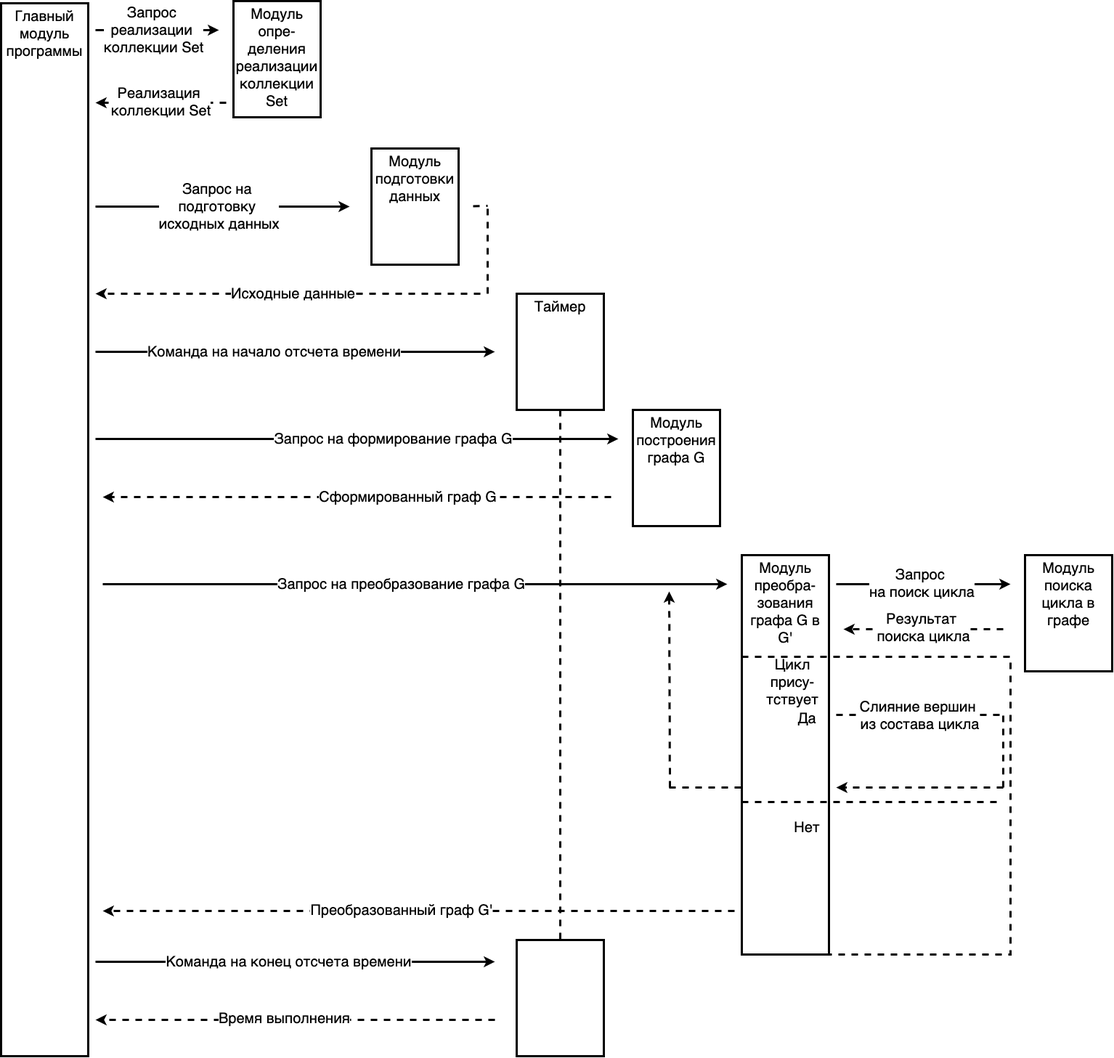
Before: images/application_lifecircle.png, a diagram exported from draw.io (Dambr/yewking). Source tidied: cells renumbered, new cells last; positions are measured from the earlier drawing's top-left corner, leaving out a move shared by most shapes. Source of this version:
```xml
<mxGraphModel>
  <root>
    <mxCell id="0" />
    <mxCell id="1" parent="0" />
    <mxCell id="2" value="Главный модуль программы" style="rounded=0;whiteSpace=wrap;html=1;verticalAlign=top;align=center;labelPosition=center;verticalLabelPosition=middle;fontSize=20;strokeWidth=3;" parent="1" vertex="1">
      <mxGeometry y="3" width="120" height="1450" as="geometry" />
    </mxCell>
    <mxCell id="3" value="Модуль подготовки данных" style="rounded=0;whiteSpace=wrap;html=1;verticalAlign=top;align=center;labelPosition=center;verticalLabelPosition=middle;fontSize=20;strokeWidth=3;" parent="1" vertex="1">
      <mxGeometry x="510" y="203" width="120" height="160" as="geometry" />
    </mxCell>
    <mxCell id="4" style="endArrow=classic;html=1;rounded=0;strokeWidth=3;" parent="1" edge="1">
      <mxGeometry relative="1" as="geometry">
        <mxPoint x="130" y="283" as="sourcePoint" />
        <mxPoint x="480" y="283" as="targetPoint" />
      </mxGeometry>
    </mxCell>
    <mxCell id="5" value="Запрос на&amp;nbsp;&lt;div&gt;подготовку&amp;nbsp;&lt;div style=&quot;font-size: 20px;&quot;&gt;исходных данных&lt;/div&gt;&lt;/div&gt;" style="edgeLabel;html=1;align=center;verticalAlign=middle;fontSize=20;" parent="4" vertex="1">
      <mxGeometry y="1" relative="1" as="geometry">
        <mxPoint x="-6" y="1" as="offset" />
      </mxGeometry>
    </mxCell>
    <mxCell id="6" style="endArrow=none;html=1;rounded=0;fontSize=20;strokeWidth=3;dashed=1;" parent="1" edge="1">
      <mxGeometry relative="1" as="geometry">
        <mxPoint x="650" y="282.5" as="sourcePoint" />
        <mxPoint x="670" y="282" as="targetPoint" />
      </mxGeometry>
    </mxCell>
    <mxCell id="7" style="endArrow=none;html=1;rounded=0;fontSize=20;strokeWidth=3;dashed=1;" parent="1" edge="1">
      <mxGeometry relative="1" as="geometry">
        <mxPoint x="670" y="403" as="sourcePoint" />
        <mxPoint x="670" y="283" as="targetPoint" />
      </mxGeometry>
    </mxCell>
    <mxCell id="8" style="endArrow=classic;html=1;rounded=0;fontSize=20;strokeWidth=3;dashed=1;" parent="1" edge="1">
      <mxGeometry relative="1" as="geometry">
        <mxPoint x="660" y="403" as="sourcePoint" />
        <mxPoint x="130" y="403" as="targetPoint" />
      </mxGeometry>
    </mxCell>
    <mxCell id="9" value="Исходные данные" style="edgeLabel;html=1;align=center;verticalAlign=middle;fontSize=20;" parent="8" vertex="1">
      <mxGeometry relative="1" as="geometry">
        <mxPoint x="6" as="offset" />
      </mxGeometry>
    </mxCell>
    <mxCell id="10" style="edgeStyle=orthogonalEdgeStyle;rounded=0;jettySize=auto;html=1;exitX=0.5;exitY=1;exitDx=0;exitDy=0;entryX=0.5;entryY=0;entryDx=0;entryDy=0;endArrow=none;endFill=0;strokeWidth=3;dashed=1;" parent="1" edge="1" source="11" target="39">
      <mxGeometry relative="1" as="geometry" />
    </mxCell>
    <mxCell id="11" value="Таймер" style="rounded=0;whiteSpace=wrap;html=1;verticalAlign=top;align=center;labelPosition=center;verticalLabelPosition=middle;fontSize=20;strokeWidth=3;" parent="1" vertex="1">
      <mxGeometry x="710" y="403" width="120" height="160" as="geometry" />
    </mxCell>
    <mxCell id="12" style="endArrow=classic;html=1;rounded=0;strokeWidth=3;" parent="1" edge="1">
      <mxGeometry relative="1" as="geometry">
        <mxPoint x="130" y="483" as="sourcePoint" />
        <mxPoint x="680" y="483" as="targetPoint" />
      </mxGeometry>
    </mxCell>
    <mxCell id="13" value="&lt;font style=&quot;font-size: 20px;&quot;&gt;Команда на начало отсчета времени&lt;/font&gt;" style="edgeLabel;html=1;align=center;verticalAlign=middle;" parent="12" vertex="1">
      <mxGeometry relative="1" as="geometry">
        <mxPoint x="-30" as="offset" />
      </mxGeometry>
    </mxCell>
    <mxCell id="14" value="Модуль построения графа G" style="rounded=0;whiteSpace=wrap;html=1;verticalAlign=top;align=center;labelPosition=center;verticalLabelPosition=middle;fontSize=20;strokeWidth=3;" parent="1" vertex="1">
      <mxGeometry x="870" y="563" width="120" height="160" as="geometry" />
    </mxCell>
    <mxCell id="15" style="endArrow=classic;html=1;rounded=0;strokeWidth=3;" parent="1" edge="1">
      <mxGeometry relative="1" as="geometry">
        <mxPoint x="130" y="603" as="sourcePoint" />
        <mxPoint x="850" y="603" as="targetPoint" />
      </mxGeometry>
    </mxCell>
    <mxCell id="16" value="&lt;span style=&quot;font-size: 20px;&quot;&gt;Запрос на формирование графа G&lt;/span&gt;" style="edgeLabel;html=1;align=center;verticalAlign=middle;" parent="15" vertex="1">
      <mxGeometry relative="1" as="geometry">
        <mxPoint x="50" as="offset" />
      </mxGeometry>
    </mxCell>
    <mxCell id="17" style="endArrow=classic;html=1;rounded=0;fontSize=20;strokeWidth=3;dashed=1;" parent="1" edge="1">
      <mxGeometry relative="1" as="geometry">
        <mxPoint x="840" y="683" as="sourcePoint" />
        <mxPoint x="140" y="683" as="targetPoint" />
      </mxGeometry>
    </mxCell>
    <mxCell id="18" value="Сформированный граф G" style="edgeLabel;html=1;align=center;verticalAlign=middle;fontSize=20;" parent="17" vertex="1">
      <mxGeometry relative="1" as="geometry">
        <mxPoint x="70" as="offset" />
      </mxGeometry>
    </mxCell>
    <mxCell id="19" value="Модуль преобра-зования графа G в G'" style="rounded=0;whiteSpace=wrap;html=1;verticalAlign=top;align=center;labelPosition=center;verticalLabelPosition=middle;fontSize=20;strokeWidth=3;" parent="1" vertex="1">
      <mxGeometry x="1020" y="763" width="120" height="550" as="geometry" />
    </mxCell>
    <mxCell id="20" style="endArrow=classic;html=1;rounded=0;strokeWidth=3;" parent="1" edge="1">
      <mxGeometry relative="1" as="geometry">
        <mxPoint x="140" y="803" as="sourcePoint" />
        <mxPoint x="1000" y="803" as="targetPoint" />
      </mxGeometry>
    </mxCell>
    <mxCell id="21" value="&lt;span style=&quot;font-size: 20px;&quot;&gt;Запрос на преобразование графа G&lt;/span&gt;" style="edgeLabel;html=1;align=center;verticalAlign=middle;" parent="20" vertex="1">
      <mxGeometry relative="1" as="geometry">
        <mxPoint x="-20" as="offset" />
      </mxGeometry>
    </mxCell>
    <mxCell id="22" value="Модуль поиска цикла в графе" style="rounded=0;whiteSpace=wrap;html=1;verticalAlign=top;align=center;labelPosition=center;verticalLabelPosition=middle;fontSize=20;strokeWidth=3;" parent="1" vertex="1">
      <mxGeometry x="1410" y="763" width="120" height="160" as="geometry" />
    </mxCell>
    <mxCell id="23" style="endArrow=classic;html=1;rounded=0;strokeWidth=3;" parent="1" edge="1">
      <mxGeometry relative="1" as="geometry">
        <mxPoint x="1150" y="803" as="sourcePoint" />
        <mxPoint x="1390" y="803" as="targetPoint" />
      </mxGeometry>
    </mxCell>
    <mxCell id="24" value="&lt;font style=&quot;font-size: 20px;&quot;&gt;Запрос&amp;nbsp;&lt;/font&gt;&lt;div&gt;&lt;font style=&quot;font-size: 20px;&quot;&gt;на поиск цикла&lt;/font&gt;&lt;/div&gt;" style="edgeLabel;html=1;align=center;verticalAlign=middle;" parent="23" vertex="1">
      <mxGeometry x="-0.02" y="1" relative="1" as="geometry" />
    </mxCell>
    <mxCell id="25" style="endArrow=classic;html=1;rounded=0;strokeWidth=3;dashed=1;" parent="1" edge="1">
      <mxGeometry relative="1" as="geometry">
        <mxPoint x="1380" y="865" as="sourcePoint" />
        <mxPoint x="1160" y="865" as="targetPoint" />
      </mxGeometry>
    </mxCell>
    <mxCell id="26" value="&lt;font style=&quot;font-size: 20px;&quot;&gt;Результат&amp;nbsp;&lt;/font&gt;&lt;div&gt;&lt;font style=&quot;font-size: 20px;&quot;&gt;поиска цикла&lt;/font&gt;&lt;/div&gt;" style="edgeLabel;html=1;align=center;verticalAlign=middle;" parent="25" vertex="1">
      <mxGeometry y="2" relative="1" as="geometry">
        <mxPoint y="-4" as="offset" />
      </mxGeometry>
    </mxCell>
    <mxCell id="27" value="Цикл прису-тствует" style="text;html=1;align=center;verticalAlign=middle;whiteSpace=wrap;rounded=0;fontSize=20;" parent="1" vertex="1">
      <mxGeometry x="1060" y="923" width="60" height="30" as="geometry" />
    </mxCell>
    <mxCell id="28" value="Да" style="text;html=1;align=center;verticalAlign=middle;whiteSpace=wrap;rounded=0;fontSize=20;" parent="1" vertex="1">
      <mxGeometry x="1080" y="973" width="60" height="30" as="geometry" />
    </mxCell>
    <mxCell id="29" style="endArrow=none;html=1;rounded=0;strokeWidth=3;dashed=1;" parent="1" edge="1">
      <mxGeometry relative="1" as="geometry">
        <mxPoint x="1150" y="983" as="sourcePoint" />
        <mxPoint x="1380" y="983" as="targetPoint" />
      </mxGeometry>
    </mxCell>
    <mxCell id="30" value="Слияние вершин&amp;nbsp;&lt;div&gt;из состава цикла&lt;/div&gt;" style="edgeLabel;html=1;align=center;verticalAlign=middle;fontSize=20;" parent="29" vertex="1">
      <mxGeometry x="-0.01" y="-1" relative="1" as="geometry" />
    </mxCell>
    <mxCell id="31" style="endArrow=none;html=1;rounded=0;strokeWidth=3;dashed=1;" parent="1" edge="1">
      <mxGeometry relative="1" as="geometry">
        <mxPoint x="1380" y="1083" as="sourcePoint" />
        <mxPoint x="1380" y="983" as="targetPoint" />
      </mxGeometry>
    </mxCell>
    <mxCell id="32" style="endArrow=classic;html=1;rounded=0;strokeWidth=3;dashed=1;" parent="1" edge="1">
      <mxGeometry relative="1" as="geometry">
        <mxPoint x="1380" y="1083" as="sourcePoint" />
        <mxPoint x="1150" y="1083" as="targetPoint" />
      </mxGeometry>
    </mxCell>
    <mxCell id="33" style="endArrow=none;html=1;rounded=0;strokeWidth=3;dashed=1;" parent="1" edge="1">
      <mxGeometry relative="1" as="geometry">
        <mxPoint x="920" y="1083" as="sourcePoint" />
        <mxPoint x="1020" y="1083" as="targetPoint" />
      </mxGeometry>
    </mxCell>
    <mxCell id="34" style="endArrow=classic;html=1;rounded=0;strokeWidth=3;dashed=1;" parent="1" edge="1">
      <mxGeometry relative="1" as="geometry">
        <mxPoint x="921" y="1083" as="sourcePoint" />
        <mxPoint x="920" y="813" as="targetPoint" />
      </mxGeometry>
    </mxCell>
    <mxCell id="35" value="Нет" style="text;html=1;align=center;verticalAlign=middle;whiteSpace=wrap;rounded=0;fontSize=20;" parent="1" vertex="1">
      <mxGeometry x="1080" y="1123" width="60" height="30" as="geometry" />
    </mxCell>
    <mxCell id="36" style="endArrow=none;dashed=1;html=1;rounded=0;entryX=0.973;entryY=0.488;entryDx=0;entryDy=0;entryPerimeter=0;strokeWidth=3;" parent="1" edge="1" target="49">
      <mxGeometry relative="1" as="geometry">
        <mxPoint x="1020" y="1103" as="sourcePoint" />
      </mxGeometry>
    </mxCell>
    <mxCell id="37" style="endArrow=classic;html=1;rounded=0;strokeWidth=3;dashed=1;" parent="1" edge="1">
      <mxGeometry relative="1" as="geometry">
        <mxPoint x="1010" y="1253" as="sourcePoint" />
        <mxPoint x="140" y="1253" as="targetPoint" />
      </mxGeometry>
    </mxCell>
    <mxCell id="38" value="Преобразованный граф G'" style="edgeLabel;html=1;align=center;verticalAlign=middle;fontSize=20;" parent="37" vertex="1">
      <mxGeometry y="-1" relative="1" as="geometry">
        <mxPoint x="-24" as="offset" />
      </mxGeometry>
    </mxCell>
    <mxCell id="39" style="rounded=0;whiteSpace=wrap;html=1;verticalAlign=top;align=center;labelPosition=center;verticalLabelPosition=middle;fontSize=20;strokeWidth=3;" parent="1" vertex="1">
      <mxGeometry x="710" y="1293" width="120" height="160" as="geometry" />
    </mxCell>
    <mxCell id="40" style="endArrow=classic;html=1;rounded=0;strokeWidth=3;" parent="1" edge="1">
      <mxGeometry relative="1" as="geometry">
        <mxPoint x="130" y="1323" as="sourcePoint" />
        <mxPoint x="680" y="1323" as="targetPoint" />
      </mxGeometry>
    </mxCell>
    <mxCell id="41" value="&lt;font style=&quot;font-size: 20px;&quot;&gt;Команда на конец отсчета времени&lt;/font&gt;" style="edgeLabel;html=1;align=center;verticalAlign=middle;" parent="40" vertex="1">
      <mxGeometry relative="1" as="geometry">
        <mxPoint x="-10" as="offset" />
      </mxGeometry>
    </mxCell>
    <mxCell id="42" style="endArrow=classic;html=1;rounded=0;strokeWidth=3;dashed=1;" parent="1" edge="1">
      <mxGeometry relative="1" as="geometry">
        <mxPoint x="680" y="1403" as="sourcePoint" />
        <mxPoint x="130" y="1403" as="targetPoint" />
      </mxGeometry>
    </mxCell>
    <mxCell id="43" value="Время выполнения" style="edgeLabel;html=1;align=center;verticalAlign=middle;fontSize=20;" parent="42" vertex="1">
      <mxGeometry y="-2" relative="1" as="geometry">
        <mxPoint x="-14" as="offset" />
      </mxGeometry>
    </mxCell>
    <mxCell id="44" value="Модуль опре-деления реализации коллекции Set" style="rounded=0;whiteSpace=wrap;html=1;verticalAlign=top;align=center;labelPosition=center;verticalLabelPosition=middle;fontSize=20;strokeWidth=3;" parent="1" vertex="1">
      <mxGeometry x="320" width="120" height="160" as="geometry" />
    </mxCell>
    <mxCell id="45" style="endArrow=classic;html=1;rounded=0;strokeWidth=3;" parent="1" edge="1">
      <mxGeometry relative="1" as="geometry">
        <mxPoint x="130" y="40" as="sourcePoint" />
        <mxPoint x="300" y="40" as="targetPoint" />
      </mxGeometry>
    </mxCell>
    <mxCell id="46" value="Запрос&amp;nbsp;&lt;div style=&quot;font-size: 20px;&quot;&gt;реализации&amp;nbsp;&lt;/div&gt;&lt;div style=&quot;font-size: 20px;&quot;&gt;коллекции Set&lt;/div&gt;" style="edgeLabel;html=1;align=center;verticalAlign=middle;fontSize=20;" parent="45" vertex="1">
      <mxGeometry x="-0.05" relative="1" as="geometry" />
    </mxCell>
    <mxCell id="47" style="endArrow=classic;html=1;rounded=0;dashed=1;strokeWidth=3;" parent="1" edge="1">
      <mxGeometry relative="1" as="geometry">
        <mxPoint x="310" y="140" as="sourcePoint" />
        <mxPoint x="130" y="140" as="targetPoint" />
      </mxGeometry>
    </mxCell>
    <mxCell id="48" value="Реализация&amp;nbsp;&lt;div style=&quot;font-size: 20px;&quot;&gt;коллекции Set&lt;/div&gt;" style="edgeLabel;html=1;align=center;verticalAlign=middle;fontSize=20;" parent="47" vertex="1">
      <mxGeometry y="-1" relative="1" as="geometry" />
    </mxCell>
    <mxCell id="49" style="rounded=0;whiteSpace=wrap;html=1;fillColor=none;dashed=1;strokeWidth=3;" parent="1" vertex="1">
      <mxGeometry x="1020" y="903" width="370" height="410" as="geometry" />
    </mxCell>
  </root>
</mxGraphModel>
```
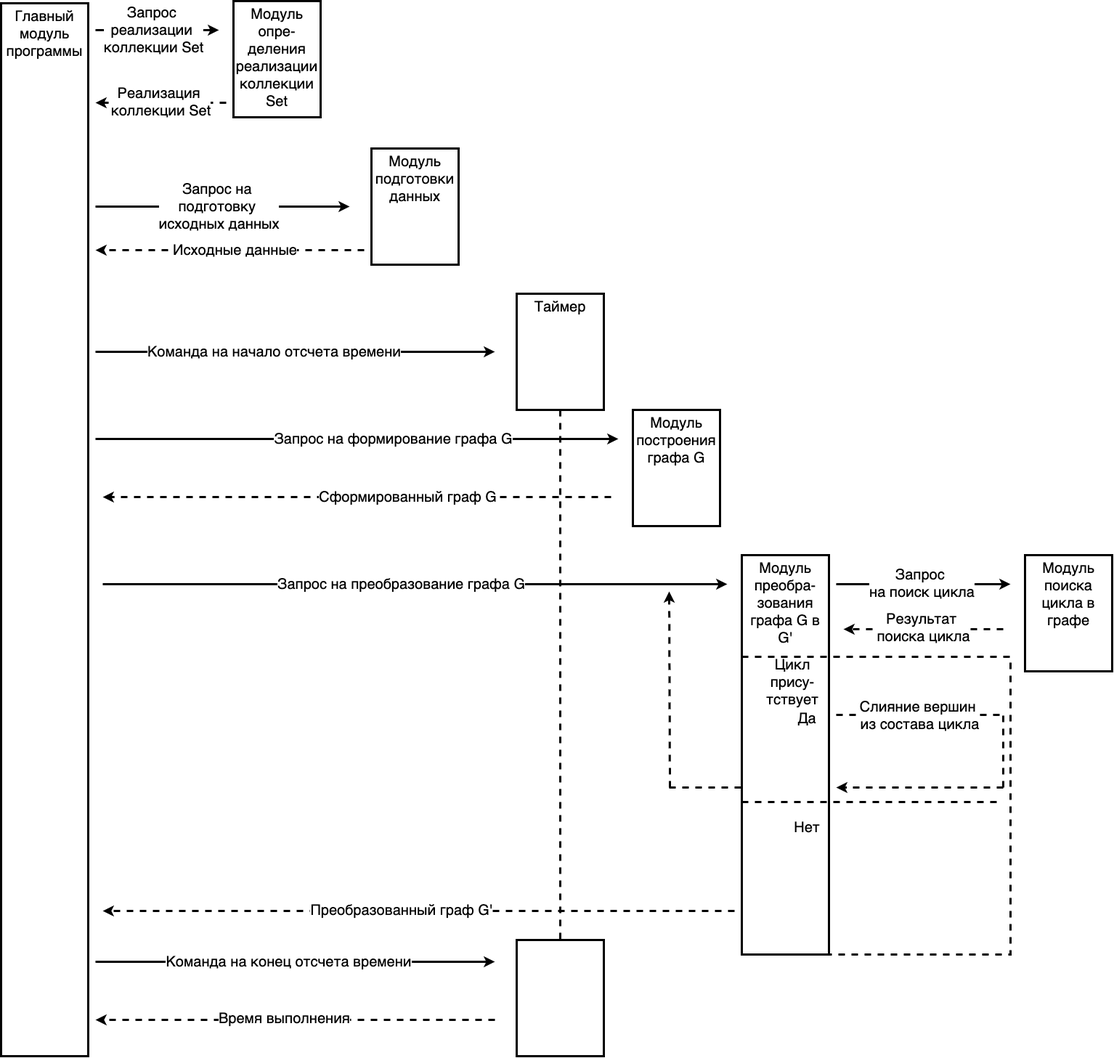
The same file after the commit.

Diff of the diagram source:
```diff
@@ -19,22 +19,10 @@
         <mxPoint x="-6" y="1" as="offset" />
       </mxGeometry>
     </mxCell>
-    <mxCell id="6" style="endArrow=none;html=1;rounded=0;fontSize=20;strokeWidth=3;dashed=1;" parent="1" edge="1">
-      <mxGeometry relative="1" as="geometry">
-        <mxPoint x="650" y="282.5" as="sourcePoint" />
-        <mxPoint x="670" y="282" as="targetPoint" />
-      </mxGeometry>
-    </mxCell>
-    <mxCell id="7" style="endArrow=none;html=1;rounded=0;fontSize=20;strokeWidth=3;dashed=1;" parent="1" edge="1">
-      <mxGeometry relative="1" as="geometry">
-        <mxPoint x="670" y="403" as="sourcePoint" />
-        <mxPoint x="670" y="283" as="targetPoint" />
-      </mxGeometry>
-    </mxCell>
     <mxCell id="8" style="endArrow=classic;html=1;rounded=0;fontSize=20;strokeWidth=3;dashed=1;" parent="1" edge="1">
       <mxGeometry relative="1" as="geometry">
-        <mxPoint x="660" y="403" as="sourcePoint" />
-        <mxPoint x="130" y="403" as="targetPoint" />
+        <mxPoint x="500" y="343" as="sourcePoint" />
+        <mxPoint x="130" y="343" as="targetPoint" />
       </mxGeometry>
     </mxCell>
     <mxCell id="9" value="Исходные данные" style="edgeLabel;html=1;align=center;verticalAlign=middle;fontSize=20;" parent="8" vertex="1">
```
